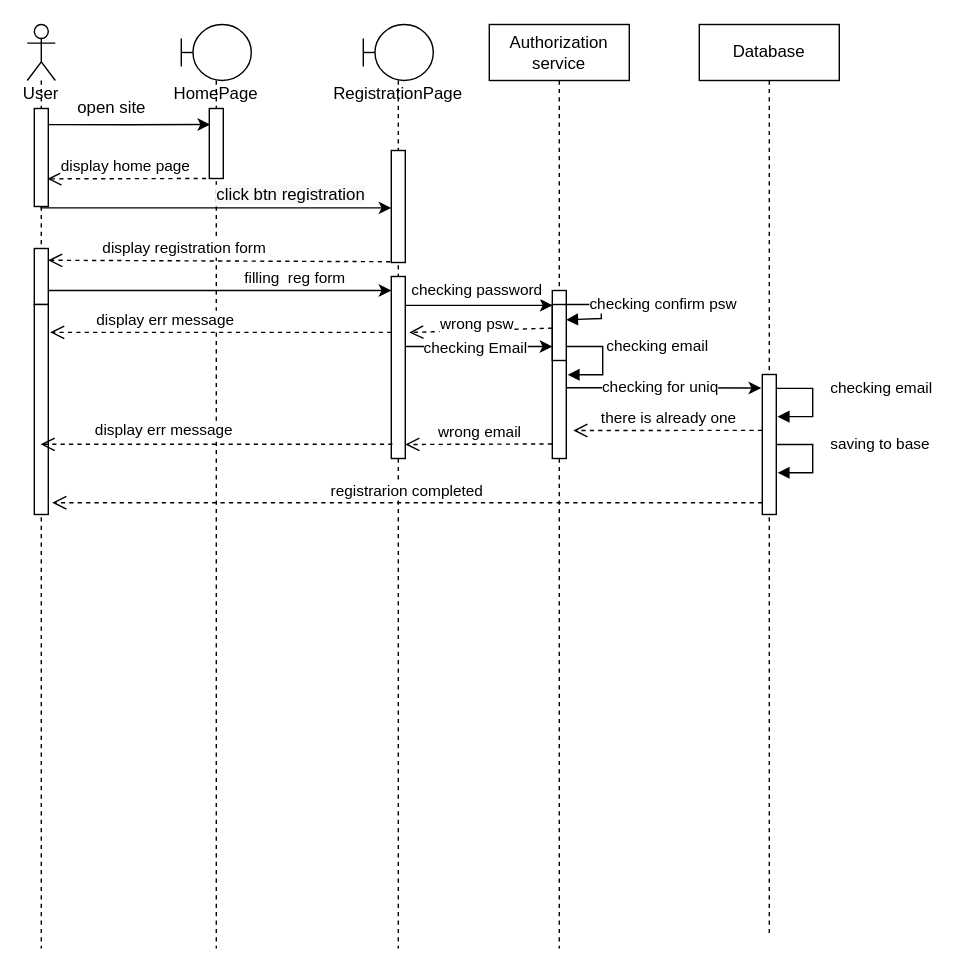
ololnovolol/ScrumBoardApp keeps this draw.io diagram as page "SequenceRegistration" (11 of 15) of Board_Use_Case_Diagramm.drawio. Above is the earlier version. Source tidied: cells renumbered, new cells numbered last; positions are measured from the earlier drawing's top-left corner, leaving out a move shared by most shapes. Both pictures are drawn from the tidied source at 140%, with x=0, y=0 at pixel (27, 24).
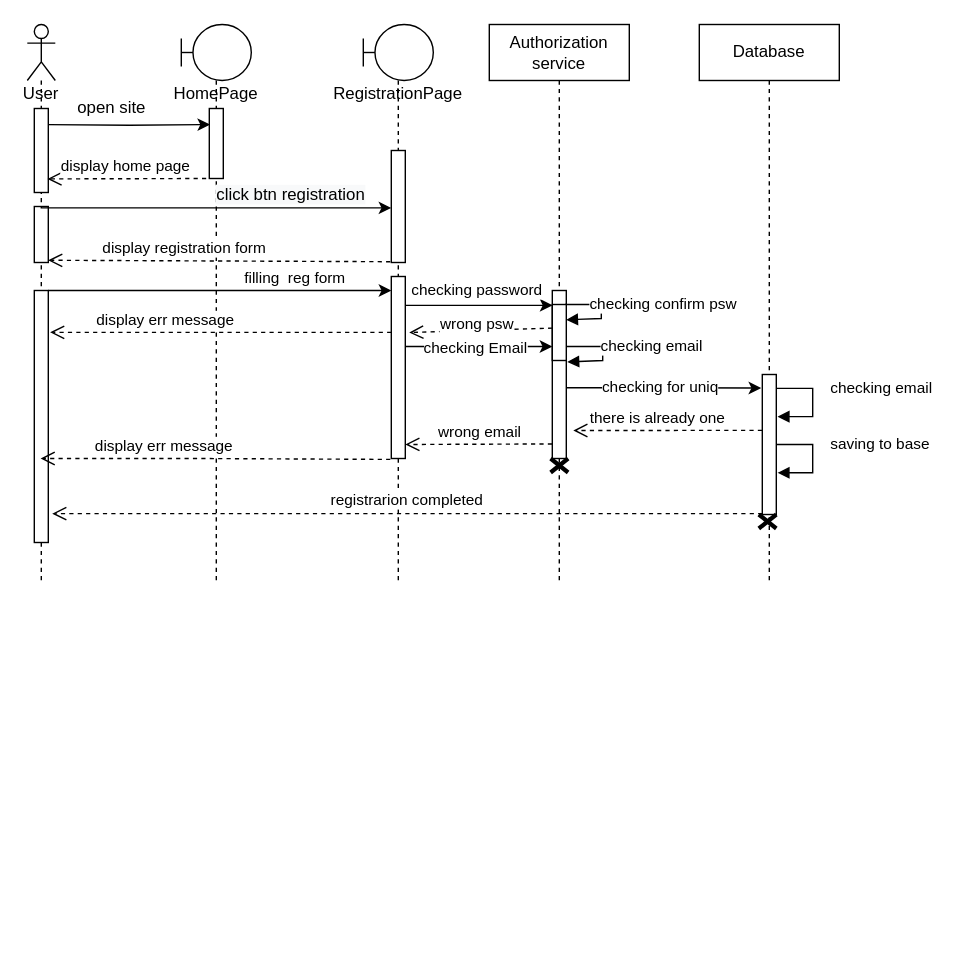
The same diagram, later.

Unchanged cells that the change refers to:
```xml
<mxCell id="13" style="html=1;points=[];perimeter=orthogonalPerimeter;" parent="12" vertex="1">
  <mxGeometry x="20" y="60" width="10" height="50" as="geometry" />
</mxCell>
<mxCell id="15" style="html=1;points=[];perimeter=orthogonalPerimeter;" parent="14" vertex="1">
  <mxGeometry x="20" y="90" width="10" height="80" as="geometry" />
</mxCell>
<mxCell id="16" style="html=1;points=[];perimeter=orthogonalPerimeter;" parent="14" vertex="1">
  <mxGeometry x="20" y="180" width="10" height="130" as="geometry" />
</mxCell>
<mxCell id="23" style="html=1;points=[];perimeter=orthogonalPerimeter;" parent="21" vertex="1">
  <mxGeometry x="45" y="250" width="10" height="100" as="geometry" />
</mxCell>
<mxCell id="28" style="html=1;points=[];perimeter=orthogonalPerimeter;" parent="1" vertex="1">
  <mxGeometry x="375" y="200" width="10" height="40" as="geometry" />
</mxCell>
```

The edit, as a diff of the source:
```diff
@@
-    <mxCell id="2" style="edgeStyle=orthogonalEdgeStyle;rounded=0;jettySize=auto;html=1;entryX=0.058;entryY=0.229;entryDx=0;entryDy=0;entryPerimeter=0;exitX=0.997;exitY=0.165;exitDx=0;exitDy=0;exitPerimeter=0;" parent="1" edge="1" source="4" target="13">
-      <mxGeometry relative="1" as="geometry" />
+    <mxCell id="2" style="edgeStyle=orthogonalEdgeStyle;rounded=0;jettySize=auto;html=1;entryX=0.058;entryY=0.229;entryDx=0;entryDy=0;entryPerimeter=0;exitX=0.997;exitY=0.165;exitDx=0;exitDy=0;exitPerimeter=0;" parent="1" edge="1" target="13">
+      <mxGeometry relative="1" as="geometry">
+        <mxPoint x="15" y="71.5" as="sourcePoint" />
+      </mxGeometry>
     </mxCell>
     <mxCell id="3" value="User" style="shape=umlLifeline;participant=umlActor;perimeter=lifelinePerimeter;whiteSpace=wrap;html=1;verticalAlign=top;spacingTop=36;outlineConnect=0;" parent="1" vertex="1">
-      <mxGeometry width="20" height="660" as="geometry" />
+      <mxGeometry width="20" height="400" as="geometry" />
     </mxCell>
-    <mxCell id="4" style="html=1;points=[];perimeter=orthogonalPerimeter;" parent="3" vertex="1">
-      <mxGeometry x="5" y="60" width="10" height="70" as="geometry" />
-    </mxCell>
-    <mxCell id="5" style="html=1;points=[];perimeter=orthogonalPerimeter;" parent="3" vertex="1">
-      <mxGeometry x="5" y="160" width="10" height="40" as="geometry" />
-    </mxCell>
-    <mxCell id="6" style="html=1;points=[];perimeter=orthogonalPerimeter;" parent="3" vertex="1">
-      <mxGeometry x="5" y="200" width="10" height="150" as="geometry" />
-    </mxCell>
+    <mxCell id="42" style="html=1;perimeter=orthogonalPerimeter;" parent="3" vertex="1">
+      <mxGeometry x="5" y="190" width="10" height="180" as="geometry" />
+    </mxCell>
+    <mxCell id="43" style="html=1;perimeter=orthogonalPerimeter;" parent="3" vertex="1">
+      <mxGeometry x="5" y="130" width="10" height="40" as="geometry" />
+    </mxCell>
+    <mxCell id="44" style="html=1;perimeter=orthogonalPerimeter;" parent="3" vertex="1">
+      <mxGeometry x="5" y="60" width="10" height="60" as="geometry" />
+    </mxCell>
     <mxCell id="7" value="Authorization service" style="shape=umlLifeline;perimeter=lifelinePerimeter;whiteSpace=wrap;html=1;" parent="1" vertex="1">
-      <mxGeometry x="330" width="100" height="660" as="geometry" />
+      <mxGeometry x="330" width="100" height="400" as="geometry" />
     </mxCell>
@@
-    <mxCell id="10" value="checking email" style="edgeStyle=orthogonalEdgeStyle;html=1;align=left;spacingLeft=2;endArrow=block;rounded=0;entryX=0.985;entryY=0.506;entryDx=0;entryDy=0;entryPerimeter=0;" parent="7" edge="1">
+    <mxCell id="10" value="checking email" style="edgeStyle=orthogonalEdgeStyle;html=1;align=left;spacingLeft=2;endArrow=block;rounded=0;entryX=1.071;entryY=1.025;entryDx=0;entryDy=0;entryPerimeter=0;" parent="7" edge="1" target="28">
       <mxGeometry x="-0.3" relative="1" as="geometry">
         <mxPoint x="55" y="230" as="sourcePoint" />
-        <mxPoint x="55.9" y="250.2" as="targetPoint" />
         <Array as="points">
           <mxPoint x="81" y="230" />
-          <mxPoint x="81" y="250" />
+          <mxPoint x="81" y="240" />
+          <mxPoint x="56" y="240" />
         </Array>
       </mxGeometry>
     </mxCell>
+    <mxCell id="45" style="shape=umlDestroy;whiteSpace=wrap;html=1;strokeWidth=3;" parent="7" vertex="1">
+      <mxGeometry x="43.8" y="310" width="12.5" height="10" as="geometry" />
+    </mxCell>
@@
     <mxCell id="12" value="HomePage" style="shape=umlLifeline;participant=umlBoundary;perimeter=lifelinePerimeter;whiteSpace=wrap;html=1;verticalAlign=top;spacingTop=36;" parent="1" vertex="1">
-      <mxGeometry x="110" width="50" height="660" as="geometry" />
+      <mxGeometry x="110" width="50" height="400" as="geometry" />
     </mxCell>
@@
     <mxCell id="14" value="RegistrationPage" style="shape=umlLifeline;participant=umlBoundary;perimeter=lifelinePerimeter;whiteSpace=wrap;html=1;verticalAlign=top;spacingTop=36;" parent="1" vertex="1">
-      <mxGeometry x="240" width="50" height="660" as="geometry" />
+      <mxGeometry x="240" width="50" height="400" as="geometry" />
     </mxCell>
@@
-    <mxCell id="17" value="display registration form" style="html=1;verticalAlign=bottom;endArrow=open;dashed=1;endSize=8;rounded=0;exitX=-0.074;exitY=0.993;exitDx=0;exitDy=0;exitPerimeter=0;entryX=0.985;entryY=0.21;entryDx=0;entryDy=0;entryPerimeter=0;" parent="1" edge="1" source="15" target="5">
-      <mxGeometry x="0.2" relative="1" as="geometry" />
+    <mxCell id="17" value="display registration form" style="html=1;verticalAlign=bottom;endArrow=open;dashed=1;endSize=8;rounded=0;exitX=-0.074;exitY=0.993;exitDx=0;exitDy=0;exitPerimeter=0;entryX=0.985;entryY=0.21;entryDx=0;entryDy=0;entryPerimeter=0;" parent="1" edge="1" source="15">
+      <mxGeometry x="0.2" relative="1" as="geometry">
+        <mxPoint x="14.9" y="168.4" as="targetPoint" />
+      </mxGeometry>
     </mxCell>
-    <mxCell id="18" value="display home page" style="html=1;verticalAlign=bottom;endArrow=open;dashed=1;endSize=8;rounded=0;exitX=-0.223;exitY=1;exitDx=0;exitDy=0;exitPerimeter=0;entryX=0.937;entryY=0.718;entryDx=0;entryDy=0;entryPerimeter=0;" parent="1" edge="1" source="13" target="4">
-      <mxGeometry x="0.03" relative="1" as="geometry" />
+    <mxCell id="18" value="display home page" style="html=1;verticalAlign=bottom;endArrow=open;dashed=1;endSize=8;rounded=0;exitX=-0.223;exitY=1;exitDx=0;exitDy=0;exitPerimeter=0;entryX=0.937;entryY=0.718;entryDx=0;entryDy=0;entryPerimeter=0;" parent="1" edge="1" source="13">
+      <mxGeometry x="0.03" relative="1" as="geometry">
+        <mxPoint x="14.4" y="110.3" as="targetPoint" />
+      </mxGeometry>
     </mxCell>
-    <mxCell id="19" style="edgeStyle=orthogonalEdgeStyle;rounded=0;jettySize=auto;html=1;" parent="1" edge="1" source="4">
+    <mxCell id="19" style="edgeStyle=orthogonalEdgeStyle;rounded=0;orthogonalLoop=1;jettySize=auto;html=1;" parent="1" edge="1">
       <mxGeometry relative="1" as="geometry">
+        <mxPoint x="10" y="130" as="sourcePoint" />
         <mxPoint x="260" y="131" as="targetPoint" />
         <Array as="points">
           <mxPoint x="10" y="131" />
           <mxPoint x="260" y="131" />
         </Array>
       </mxGeometry>
     </mxCell>
@@
     <mxCell id="21" value="Database" style="shape=umlLifeline;perimeter=lifelinePerimeter;whiteSpace=wrap;html=1;" parent="1" vertex="1">
-      <mxGeometry x="480" width="100" height="650" as="geometry" />
+      <mxGeometry x="480" width="100" height="400" as="geometry" />
     </mxCell>
@@
+    <mxCell id="46" style="shape=umlDestroy;whiteSpace=wrap;html=1;strokeWidth=3;" parent="21" vertex="1">
+      <mxGeometry x="42.5" y="350" width="12.5" height="10" as="geometry" />
+    </mxCell>
-    <mxCell id="24" style="edgeStyle=orthogonalEdgeStyle;rounded=0;jettySize=auto;html=1;" parent="1" edge="1" source="5">
+    <mxCell id="24" style="edgeStyle=orthogonalEdgeStyle;rounded=0;orthogonalLoop=1;jettySize=auto;html=1;" parent="1" edge="1">
       <mxGeometry relative="1" as="geometry">
+        <mxPoint x="15" y="190" as="sourcePoint" />
         <mxPoint x="260" y="190" as="targetPoint" />
         <Array as="points">
           <mxPoint x="200" y="190" />
           <mxPoint x="200" y="190" />
         </Array>
       </mxGeometry>
     </mxCell>
@@
-    <mxCell id="29" value="registrarion completed" style="html=1;verticalAlign=bottom;endArrow=open;dashed=1;endSize=8;rounded=0;entryX=1.28;entryY=0.944;entryDx=0;entryDy=0;entryPerimeter=0;" parent="1" edge="1" source="23" target="6">
-      <mxGeometry relative="1" as="geometry" />
+    <mxCell id="29" value="registrarion completed" style="html=1;verticalAlign=bottom;endArrow=open;dashed=1;endSize=8;rounded=0;entryX=1.28;entryY=0.944;entryDx=0;entryDy=0;entryPerimeter=0;" parent="1" edge="1" source="23">
+      <mxGeometry relative="1" as="geometry">
+        <mxPoint x="17.8" y="349.4" as="targetPoint" />
+      </mxGeometry>
     </mxCell>
@@
     <mxCell id="38" value="there is already one" style="html=1;verticalAlign=bottom;endArrow=open;dashed=1;endSize=8;rounded=0;exitX=-0.019;exitY=0.399;exitDx=0;exitDy=0;exitPerimeter=0;" parent="1" edge="1" source="23">
-      <mxGeometry relative="1" as="geometry">
+      <mxGeometry x="0.11" relative="1" as="geometry">
         <mxPoint x="390" y="290" as="targetPoint" />
       </mxGeometry>
     </mxCell>
@@
-    <mxCell id="40" style="html=1;verticalAlign=bottom;endArrow=open;dashed=1;endSize=8;rounded=0;exitX=0.08;exitY=0.922;exitDx=0;exitDy=0;exitPerimeter=0;" parent="1" edge="1" source="16" target="3">
-      <mxGeometry relative="1" as="geometry" />
+    <mxCell id="40" style="html=1;verticalAlign=bottom;endArrow=open;dashed=1;endSize=8;rounded=0;exitX=-0.07;exitY=1.005;exitDx=0;exitDy=0;exitPerimeter=0;" parent="1" edge="1" source="16" target="3">
+      <mxGeometry relative="1" as="geometry">
+        <Array as="points">
+          <mxPoint x="120" y="310" />
+          <mxPoint x="110" y="310" />
+        </Array>
+      </mxGeometry>
     </mxCell>
```
